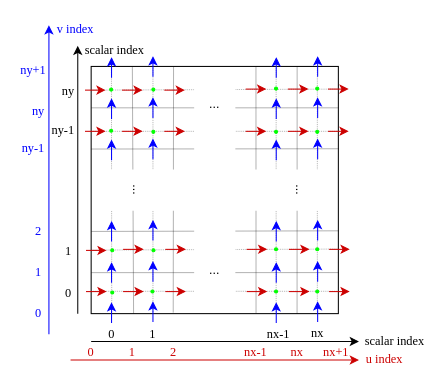
This is page "全体図" (1 of 2) of docs/mesh2d/mesh2d.drawio from mkou1256/2d_cavity_flow_cpp, a draw.io file, before an edit. Source tidied: cells renumbered, new cells numbered last; positions are measured from the earlier drawing's top-left corner, leaving out a move shared by most shapes. Both pictures are drawn from the tidied source at 103%, with x=0, y=0 at pixel (18, 19).
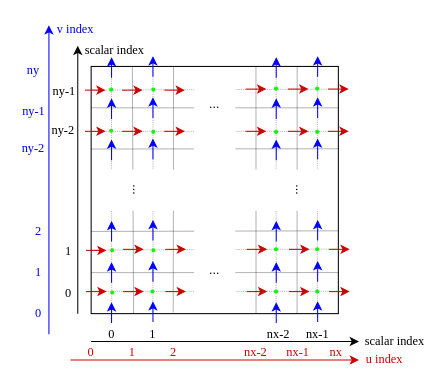
Above is the later version.

Diff of the diagram source:
```diff
@@
-    <mxCell id="49" value="nx" style="text;html=1;align=center;verticalAlign=middle;whiteSpace=wrap;rounded=0;fontFamily=Times New Roman;" parent="1" vertex="1">
-      <mxGeometry x="281" y="295" width="20" height="20" as="geometry" />
+    <mxCell id="49" value="nx-1" style="text;html=1;align=center;verticalAlign=middle;whiteSpace=wrap;rounded=0;fontFamily=Times New Roman;" parent="1" vertex="1">
+      <mxGeometry x="275.5" y="296" width="30" height="20" as="geometry" />
     </mxCell>
-    <mxCell id="50" value="nx-1" style="text;html=1;align=center;verticalAlign=middle;whiteSpace=wrap;rounded=0;fontFamily=Times New Roman;" parent="1" vertex="1">
+    <mxCell id="50" value="nx-2" style="text;html=1;align=center;verticalAlign=middle;whiteSpace=wrap;rounded=0;fontFamily=Times New Roman;" parent="1" vertex="1">
       <mxGeometry x="238" y="296" width="30" height="20" as="geometry" />
     </mxCell>
@@
-    <mxCell id="53" value="nx" style="text;html=1;align=center;verticalAlign=middle;whiteSpace=wrap;rounded=0;fontFamily=Times New Roman;fontColor=#CC0000;" parent="1" vertex="1">
-      <mxGeometry x="261" y="314" width="20" height="20" as="geometry" />
+    <mxCell id="53" value="nx-1" style="text;html=1;align=center;verticalAlign=middle;whiteSpace=wrap;rounded=0;fontFamily=Times New Roman;fontColor=#CC0000;" parent="1" vertex="1">
+      <mxGeometry x="257" y="314" width="30" height="20" as="geometry" />
     </mxCell>
-    <mxCell id="54" value="nx-1" style="text;html=1;align=center;verticalAlign=middle;whiteSpace=wrap;rounded=0;fontFamily=Times New Roman;fontColor=#CC0000;" parent="1" vertex="1">
+    <mxCell id="54" value="nx-2" style="text;html=1;align=center;verticalAlign=middle;whiteSpace=wrap;rounded=0;fontFamily=Times New Roman;fontColor=#CC0000;" parent="1" vertex="1">
       <mxGeometry x="216" y="314" width="30" height="20" as="geometry" />
     </mxCell>
@@
-    <mxCell id="56" value="nx+1" style="text;html=1;align=center;verticalAlign=middle;whiteSpace=wrap;rounded=0;fontFamily=Times New Roman;fontColor=#CC0000;" parent="1" vertex="1">
+    <mxCell id="56" value="nx" style="text;html=1;align=center;verticalAlign=middle;whiteSpace=wrap;rounded=0;fontFamily=Times New Roman;fontColor=#CC0000;" parent="1" vertex="1">
       <mxGeometry x="294" y="314" width="30" height="20" as="geometry" />
     </mxCell>
@@
-    <mxCell id="59" value="ny-1" style="text;html=1;align=center;verticalAlign=middle;whiteSpace=wrap;rounded=0;fontFamily=Times New Roman;" parent="1" vertex="1">
+    <mxCell id="59" value="ny-2" style="text;html=1;align=center;verticalAlign=middle;whiteSpace=wrap;rounded=0;fontFamily=Times New Roman;" parent="1" vertex="1">
       <mxGeometry x="29" y="98" width="30" height="20" as="geometry" />
     </mxCell>
-    <mxCell id="60" value="ny" style="text;html=1;align=center;verticalAlign=middle;whiteSpace=wrap;rounded=0;fontFamily=Times New Roman;" parent="1" vertex="1">
-      <mxGeometry x="39" y="60" width="20" height="20" as="geometry" />
+    <mxCell id="60" value="ny-1" style="text;html=1;align=center;verticalAlign=middle;whiteSpace=wrap;rounded=0;fontFamily=Times New Roman;" parent="1" vertex="1">
+      <mxGeometry x="31" y="60" width="28" height="20" as="geometry" />
     </mxCell>
@@
-    <mxCell id="64" value="ny-1" style="text;html=1;align=center;verticalAlign=middle;whiteSpace=wrap;rounded=0;fontFamily=Times New Roman;fontColor=#0000FF;" parent="1" vertex="1">
+    <mxCell id="64" value="ny-2" style="text;html=1;align=center;verticalAlign=middle;whiteSpace=wrap;rounded=0;fontFamily=Times New Roman;fontColor=#0000FF;" parent="1" vertex="1">
       <mxGeometry y="116" width="30" height="20" as="geometry" />
     </mxCell>
-    <mxCell id="65" value="ny" style="text;html=1;align=center;verticalAlign=middle;whiteSpace=wrap;rounded=0;fontFamily=Times New Roman;fontColor=#0000FF;" parent="1" vertex="1">
-      <mxGeometry x="10" y="80" width="20" height="20" as="geometry" />
+    <mxCell id="65" value="ny-1" style="text;html=1;align=center;verticalAlign=middle;whiteSpace=wrap;rounded=0;fontFamily=Times New Roman;fontColor=#0000FF;" parent="1" vertex="1">
+      <mxGeometry x="1" y="80" width="29" height="20" as="geometry" />
     </mxCell>
-    <mxCell id="66" value="ny+1" style="text;html=1;align=center;verticalAlign=middle;whiteSpace=wrap;rounded=0;fontFamily=Times New Roman;fontColor=#0000FF;" parent="1" vertex="1">
+    <mxCell id="66" value="ny" style="text;html=1;align=center;verticalAlign=middle;whiteSpace=wrap;rounded=0;fontFamily=Times New Roman;fontColor=#0000FF;" parent="1" vertex="1">
       <mxGeometry y="40" width="30" height="20" as="geometry" />
     </mxCell>
```
